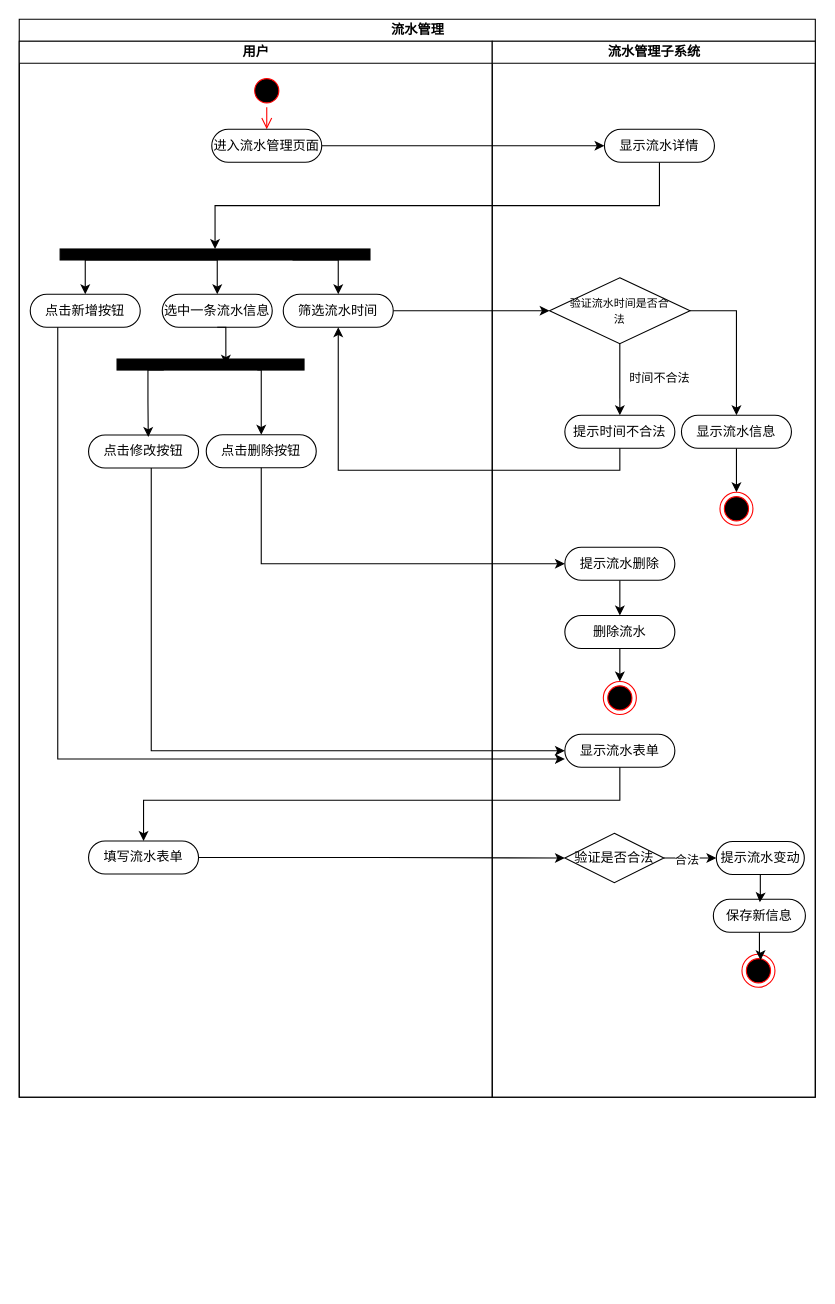
Above: 投资管理活动图.drawio in PomeloLemon/SoftwareDiagrams (draw.io), before the change. Source tidied: cells renumbered, new cells numbered last; positions are measured from the earlier drawing's top-left corner, leaving out a move shared by most shapes. Both pictures are drawn from the tidied source at 110%, with x=0, y=0 at pixel (19, 19).
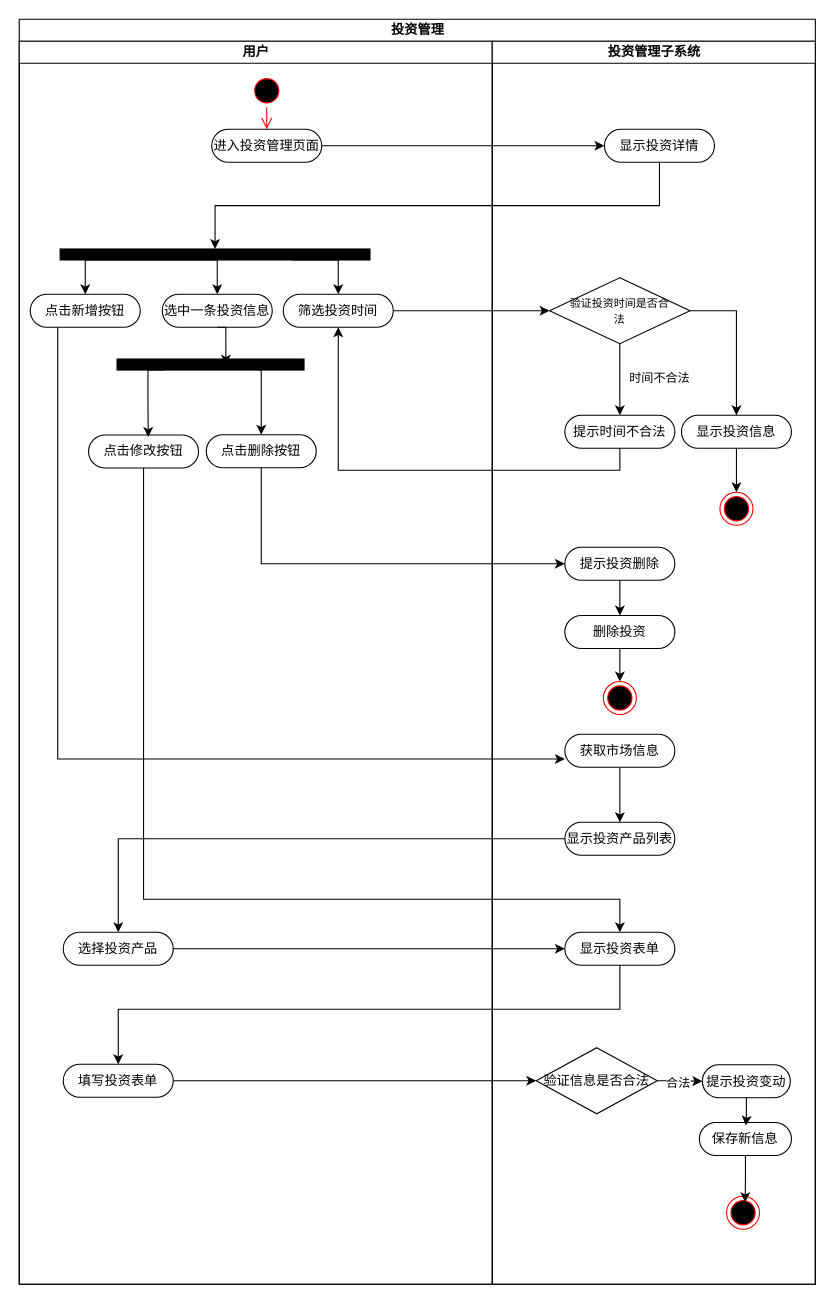
The same page after the edit.

Commit message:
更新投资管理活动图.drawio

Unchanged cells that the change refers to:
```xml
<mxCell id="20" value="点击修改按钮" style="rounded=1;whiteSpace=wrap;html=1;shadow=0;comic=0;labelBackgroundColor=none;strokeWidth=1;fontFamily=Verdana;fontSize=12;align=center;arcSize=50;" parent="6" vertex="1">
  <mxGeometry x="63" y="358" width="100" height="30" as="geometry" />
</mxCell>
<mxCell id="22" value="点击新增按钮" style="rounded=1;whiteSpace=wrap;html=1;shadow=0;comic=0;labelBackgroundColor=none;strokeWidth=1;fontFamily=Verdana;fontSize=12;align=center;arcSize=50;" parent="6" vertex="1">
  <mxGeometry x="10" y="230" width="100" height="30" as="geometry" />
</mxCell>
```

Change to the diagram source:
```diff
@@
-    <mxCell id="2" value="流水管理" style="swimlane;startSize=20;html=1;" parent="1" vertex="1">
-      <mxGeometry width="723.7" height="980" as="geometry" />
+    <mxCell id="2" value="投资管理" style="swimlane;startSize=20;html=1;" parent="1" vertex="1">
+      <mxGeometry width="723.7" height="1150" as="geometry" />
     </mxCell>
@@
     <mxCell id="6" value="用户" style="swimlane;startSize=20;html=1;" parent="2" vertex="1">
-      <mxGeometry y="20" width="430" height="960" as="geometry" />
+      <mxGeometry y="20" width="430" height="1130" as="geometry" />
     </mxCell>
@@
-    <mxCell id="9" value="进入流水管理页面" style="rounded=1;whiteSpace=wrap;html=1;shadow=0;comic=0;labelBackgroundColor=none;strokeWidth=1;fontFamily=Verdana;fontSize=12;align=center;arcSize=50;" parent="6" vertex="1">
+    <mxCell id="9" value="进入投资管理页面" style="rounded=1;whiteSpace=wrap;html=1;shadow=0;comic=0;labelBackgroundColor=none;strokeWidth=1;fontFamily=Verdana;fontSize=12;align=center;arcSize=50;" parent="6" vertex="1">
       <mxGeometry x="175" y="80" width="100" height="30" as="geometry" />
     </mxCell>
@@
-    <mxCell id="14" value="筛选流水时间" style="rounded=1;whiteSpace=wrap;html=1;shadow=0;comic=0;labelBackgroundColor=none;strokeWidth=1;fontFamily=Verdana;fontSize=12;align=center;arcSize=50;" parent="6" vertex="1">
+    <mxCell id="14" value="筛选投资时间" style="rounded=1;whiteSpace=wrap;html=1;shadow=0;comic=0;labelBackgroundColor=none;strokeWidth=1;fontFamily=Verdana;fontSize=12;align=center;arcSize=50;" parent="6" vertex="1">
       <mxGeometry x="240" y="230" width="100" height="30" as="geometry" />
     </mxCell>
-    <mxCell id="15" value="选中一条流水信息" style="rounded=1;whiteSpace=wrap;html=1;shadow=0;comic=0;labelBackgroundColor=none;strokeWidth=1;fontFamily=Verdana;fontSize=12;align=center;arcSize=50;" parent="6" vertex="1">
+    <mxCell id="15" value="选中一条投资信息" style="rounded=1;whiteSpace=wrap;html=1;shadow=0;comic=0;labelBackgroundColor=none;strokeWidth=1;fontFamily=Verdana;fontSize=12;align=center;arcSize=50;" parent="6" vertex="1">
       <mxGeometry x="130" y="230" width="100" height="30" as="geometry" />
     </mxCell>
@@
-    <mxCell id="21" value="填写流水表单" style="rounded=1;whiteSpace=wrap;html=1;shadow=0;comic=0;labelBackgroundColor=none;strokeWidth=1;fontFamily=Verdana;fontSize=12;align=center;arcSize=50;" parent="6" vertex="1">
-      <mxGeometry x="63" y="727" width="100" height="30" as="geometry" />
-    </mxCell>
@@
+    <mxCell id="54" value="选择投资产品" style="rounded=1;whiteSpace=wrap;html=1;shadow=0;comic=0;labelBackgroundColor=none;strokeWidth=1;fontFamily=Verdana;fontSize=12;align=center;arcSize=50;" parent="6" vertex="1">
+      <mxGeometry x="40" y="810" width="100" height="30" as="geometry" />
+    </mxCell>
-    <mxCell id="24" value="流水管理子系统" style="swimlane;startSize=20;html=1;" parent="2" vertex="1">
-      <mxGeometry x="430" y="20" width="293.7" height="960" as="geometry" />
+    <mxCell id="24" value="投资管理子系统" style="swimlane;startSize=20;html=1;" parent="2" vertex="1">
+      <mxGeometry x="430" y="20" width="293.7" height="1130" as="geometry" />
     </mxCell>
-    <mxCell id="25" value="显示流水详情" style="rounded=1;whiteSpace=wrap;html=1;shadow=0;comic=0;labelBackgroundColor=none;strokeWidth=1;fontFamily=Verdana;fontSize=12;align=center;arcSize=50;" parent="24" vertex="1">
+    <mxCell id="25" value="显示投资详情" style="rounded=1;whiteSpace=wrap;html=1;shadow=0;comic=0;labelBackgroundColor=none;strokeWidth=1;fontFamily=Verdana;fontSize=12;align=center;arcSize=50;" parent="24" vertex="1">
       <mxGeometry x="102" y="80" width="100" height="30" as="geometry" />
     </mxCell>
@@
-    <mxCell id="28" value="&lt;font style=&quot;font-size: 10px;&quot;&gt;验证流水时间是否合&lt;br&gt;法&lt;/font&gt;" style="rhombus;whiteSpace=wrap;html=1;" parent="24" vertex="1">
+    <mxCell id="28" value="&lt;font style=&quot;font-size: 10px;&quot;&gt;验证投资时间是否合&lt;br&gt;法&lt;/font&gt;" style="rhombus;whiteSpace=wrap;html=1;" parent="24" vertex="1">
       <mxGeometry x="52.1" y="215" width="127.7" height="60" as="geometry" />
     </mxCell>
@@
-    <mxCell id="30" value="显示流水信息" style="rounded=1;whiteSpace=wrap;html=1;shadow=0;comic=0;labelBackgroundColor=none;strokeWidth=1;fontFamily=Verdana;fontSize=12;align=center;arcSize=50;" parent="24" vertex="1">
+    <mxCell id="30" value="显示投资信息" style="rounded=1;whiteSpace=wrap;html=1;shadow=0;comic=0;labelBackgroundColor=none;strokeWidth=1;fontFamily=Verdana;fontSize=12;align=center;arcSize=50;" parent="24" vertex="1">
       <mxGeometry x="172" y="340" width="100" height="30" as="geometry" />
     </mxCell>
@@
-    <mxCell id="35" value="提示流水删除" style="rounded=1;whiteSpace=wrap;html=1;shadow=0;comic=0;labelBackgroundColor=none;strokeWidth=1;fontFamily=Verdana;fontSize=12;align=center;arcSize=50;" parent="24" vertex="1">
+    <mxCell id="35" value="提示投资删除" style="rounded=1;whiteSpace=wrap;html=1;shadow=0;comic=0;labelBackgroundColor=none;strokeWidth=1;fontFamily=Verdana;fontSize=12;align=center;arcSize=50;" parent="24" vertex="1">
       <mxGeometry x="66" y="460" width="100" height="30" as="geometry" />
     </mxCell>
@@
-    <mxCell id="37" value="删除流水" style="rounded=1;whiteSpace=wrap;html=1;shadow=0;comic=0;labelBackgroundColor=none;strokeWidth=1;fontFamily=Verdana;fontSize=12;align=center;arcSize=50;" parent="24" vertex="1">
+    <mxCell id="37" value="删除投资" style="rounded=1;whiteSpace=wrap;html=1;shadow=0;comic=0;labelBackgroundColor=none;strokeWidth=1;fontFamily=Verdana;fontSize=12;align=center;arcSize=50;" parent="24" vertex="1">
       <mxGeometry x="66" y="522" width="100" height="30" as="geometry" />
     </mxCell>
@@
+    <mxCell id="55" style="edgeStyle=orthogonalEdgeStyle;rounded=0;jettySize=auto;html=1;" parent="24" edge="1" source="39" target="57">
+      <mxGeometry relative="1" as="geometry" />
+    </mxCell>
-    <mxCell id="39" value="显示流水表单" style="rounded=1;whiteSpace=wrap;html=1;shadow=0;comic=0;labelBackgroundColor=none;strokeWidth=1;fontFamily=Verdana;fontSize=12;align=center;arcSize=50;" parent="24" vertex="1">
+    <mxCell id="39" value="获取市场信息" style="rounded=1;whiteSpace=wrap;html=1;shadow=0;comic=0;labelBackgroundColor=none;strokeWidth=1;fontFamily=Verdana;fontSize=12;align=center;arcSize=50;" parent="24" vertex="1">
       <mxGeometry x="66" y="630" width="100" height="30" as="geometry" />
     </mxCell>
-    <mxCell id="40" value="验证是否合法" style="rhombus;whiteSpace=wrap;html=1;" parent="24" vertex="1">
-      <mxGeometry x="66" y="720" width="90" height="45" as="geometry" />
+    <mxCell id="40" value="验证信息是否合法" style="rhombus;whiteSpace=wrap;html=1;" parent="24" vertex="1">
+      <mxGeometry x="40" y="915" width="110" height="60" as="geometry" />
     </mxCell>
-    <mxCell id="41" value="提示流水变动" style="rounded=1;whiteSpace=wrap;html=1;shadow=0;comic=0;labelBackgroundColor=none;strokeWidth=1;fontFamily=Verdana;fontSize=12;align=center;arcSize=50;" parent="24" vertex="1">
-      <mxGeometry x="203.7" y="727.5" width="80" height="30" as="geometry" />
+    <mxCell id="41" value="提示投资变动" style="rounded=1;whiteSpace=wrap;html=1;shadow=0;comic=0;labelBackgroundColor=none;strokeWidth=1;fontFamily=Verdana;fontSize=12;align=center;arcSize=50;" parent="24" vertex="1">
+      <mxGeometry x="191" y="930.5" width="80" height="30" as="geometry" />
     </mxCell>
@@
     <mxCell id="44" value="保存新信息" style="rounded=1;whiteSpace=wrap;html=1;shadow=0;comic=0;labelBackgroundColor=none;strokeWidth=1;fontFamily=Verdana;fontSize=12;align=center;arcSize=50;" parent="24" vertex="1">
-      <mxGeometry x="201" y="780" width="83.7" height="30" as="geometry" />
+      <mxGeometry x="188.3" y="983" width="83.7" height="30" as="geometry" />
     </mxCell>
@@
     <mxCell id="46" style="ellipse;html=1;shape=endState;fillColor=#000000;strokeColor=#ff0000;" parent="24" vertex="1">
-      <mxGeometry x="227" y="830" width="30" height="30" as="geometry" />
+      <mxGeometry x="213" y="1050" width="30" height="30" as="geometry" />
     </mxCell>
@@
+    <mxCell id="56" value="显示投资表单" style="rounded=1;whiteSpace=wrap;html=1;shadow=0;comic=0;labelBackgroundColor=none;strokeWidth=1;fontFamily=Verdana;fontSize=12;align=center;arcSize=50;" parent="24" vertex="1">
+      <mxGeometry x="66" y="810" width="100" height="30" as="geometry" />
+    </mxCell>
+    <mxCell id="57" value="显示投资产品列表" style="rounded=1;whiteSpace=wrap;html=1;shadow=0;comic=0;labelBackgroundColor=none;strokeWidth=1;fontFamily=Verdana;fontSize=12;align=center;arcSize=50;" parent="24" vertex="1">
+      <mxGeometry x="66" y="710" width="100" height="30" as="geometry" />
+    </mxCell>
@@
-    <mxCell id="50" style="edgeStyle=orthogonalEdgeStyle;rounded=0;jettySize=auto;html=1;entryX=0.5;entryY=0;entryDx=0;entryDy=0;" parent="2" edge="1" source="39" target="21">
-      <mxGeometry relative="1" as="geometry">
-        <Array as="points">
-          <mxPoint x="546" y="710" />
-          <mxPoint x="113" y="710" />
-        </Array>
-      </mxGeometry>
-    </mxCell>
+    <mxCell id="53" style="edgeStyle=orthogonalEdgeStyle;rounded=0;jettySize=auto;html=1;exitX=0.25;exitY=1;exitDx=0;exitDy=0;entryX=0;entryY=0.75;entryDx=0;entryDy=0;" parent="2" edge="1" source="22" target="39">
+      <mxGeometry relative="1" as="geometry" />
+    </mxCell>
+    <mxCell id="58" style="edgeStyle=orthogonalEdgeStyle;rounded=0;jettySize=auto;html=1;entryX=0.5;entryY=0;entryDx=0;entryDy=0;" parent="2" edge="1" source="57" target="54">
+      <mxGeometry relative="1" as="geometry" />
+    </mxCell>
+    <mxCell id="59" style="edgeStyle=orthogonalEdgeStyle;rounded=0;jettySize=auto;html=1;entryX=0;entryY=0.5;entryDx=0;entryDy=0;" parent="2" edge="1" source="54" target="56">
+      <mxGeometry relative="1" as="geometry" />
+    </mxCell>
+    <mxCell id="60" style="edgeStyle=orthogonalEdgeStyle;rounded=0;jettySize=auto;html=1;exitX=0.5;exitY=1;exitDx=0;exitDy=0;entryX=0.5;entryY=0;entryDx=0;entryDy=0;" parent="2" edge="1" source="20" target="56">
+      <mxGeometry relative="1" as="geometry">
+        <Array as="points">
+          <mxPoint x="113" y="800" />
+          <mxPoint x="546" y="800" />
+        </Array>
+      </mxGeometry>
+    </mxCell>
+    <mxCell id="21" value="填写投资表单" style="rounded=1;whiteSpace=wrap;html=1;shadow=0;comic=0;labelBackgroundColor=none;strokeWidth=1;fontFamily=Verdana;fontSize=12;align=center;arcSize=50;" parent="1" vertex="1">
+      <mxGeometry x="40" y="950" width="100" height="30" as="geometry" />
+    </mxCell>
-    <mxCell id="51" style="edgeStyle=orthogonalEdgeStyle;rounded=0;jettySize=auto;html=1;entryX=0;entryY=0.5;entryDx=0;entryDy=0;" parent="2" edge="1" source="21" target="40">
+    <mxCell id="51" style="edgeStyle=orthogonalEdgeStyle;rounded=0;jettySize=auto;html=1;entryX=0;entryY=0.5;entryDx=0;entryDy=0;" parent="1" edge="1" source="21" target="40">
       <mxGeometry relative="1" as="geometry" />
     </mxCell>
-    <mxCell id="52" style="edgeStyle=orthogonalEdgeStyle;rounded=0;jettySize=auto;html=1;entryX=0;entryY=0.5;entryDx=0;entryDy=0;" parent="2" edge="1" source="20" target="39">
-      <mxGeometry relative="1" as="geometry">
-        <Array as="points">
-          <mxPoint x="120" y="665" />
-        </Array>
-      </mxGeometry>
-    </mxCell>
-    <mxCell id="53" style="edgeStyle=orthogonalEdgeStyle;rounded=0;jettySize=auto;html=1;exitX=0.25;exitY=1;exitDx=0;exitDy=0;entryX=0;entryY=0.75;entryDx=0;entryDy=0;" parent="2" edge="1" source="22" target="39">
-      <mxGeometry relative="1" as="geometry" />
-    </mxCell>
+    <mxCell id="61" style="edgeStyle=orthogonalEdgeStyle;rounded=0;jettySize=auto;html=1;" parent="1" edge="1" source="56" target="21">
+      <mxGeometry relative="1" as="geometry">
+        <Array as="points">
+          <mxPoint x="546" y="900" />
+          <mxPoint x="90" y="900" />
+        </Array>
+      </mxGeometry>
+    </mxCell>
```
